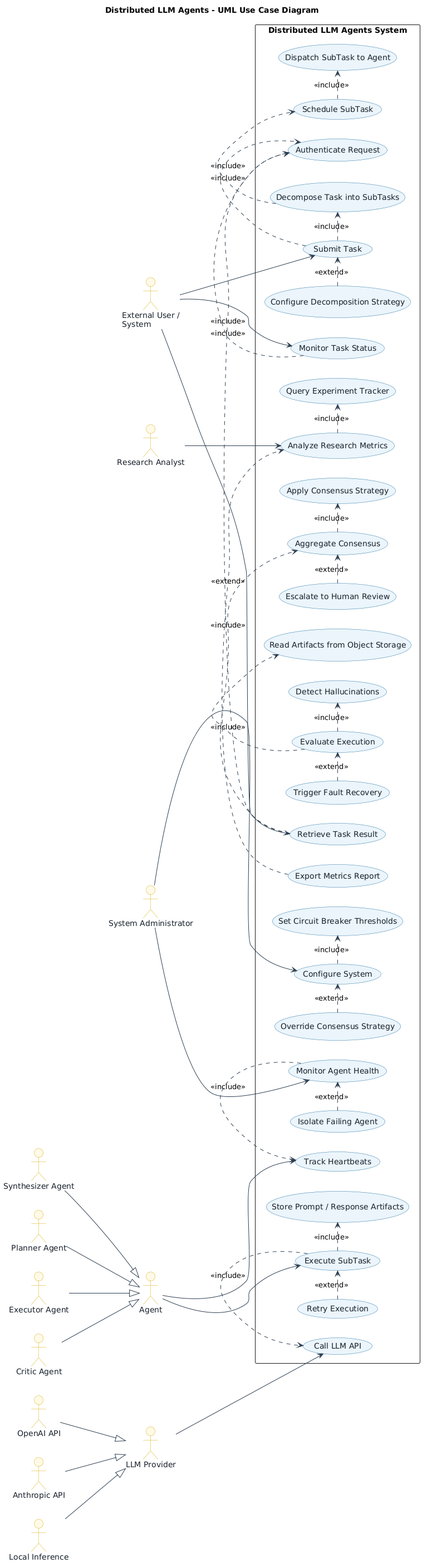
Before: diagrams/use-case-diagram.png, a diagram exported from PlantUML (mick-nikolic/distributed-llm-agents). Source of this version:
```plantuml
@startuml
title Distributed LLM Agents - UML Use Case Diagram

left to right direction

skinparam packageStyle rectangle
skinparam defaultFontName Arial
skinparam usecase {
    BackgroundColor #EAF4FB
    BorderColor     #2471A3
    FontColor       #17202A
    ArrowColor      #2C3E50
}
skinparam actor {
    BackgroundColor #FEF9E7
    BorderColor     #D4AC0D
    FontColor       #17202A
}
skinparam note {
    BackgroundColor #FDFEFE
    BorderColor     #AAB7B8
}


actor "External User /\nSystem"     as User
actor "System Administrator"        as Admin
actor "Research Analyst"            as Analyst

actor "Agent"                       as AgentActor
actor "Planner Agent"               as Planner
actor "Executor Agent"              as Executor
actor "Critic Agent"                as Critic
actor "Synthesizer Agent"           as Synthesizer

Planner   --|> AgentActor
Executor  --|> AgentActor
Critic    --|> AgentActor
Synthesizer --|> AgentActor

actor "LLM Provider"                as LLMProvider
actor "OpenAI API"                  as OpenAI
actor "Anthropic API"               as Anthropic
actor "Local Inference"             as LocalLLM

OpenAI   --|> LLMProvider
Anthropic --|> LLMProvider
LocalLLM  --|> LLMProvider


rectangle "Distributed LLM Agents System" {

    usecase "Submit Task"                          as UC_Submit
    usecase "Authenticate Request"                 as UC_Auth
    usecase "Configure Decomposition Strategy"     as UC_ConfigDecomp
    usecase "Monitor Task Status"                  as UC_Monitor
    usecase "Retrieve Task Result"                 as UC_Result

    usecase "Decompose Task into SubTasks"         as UC_Decompose
    usecase "Schedule SubTask"                     as UC_Schedule
    usecase "Dispatch SubTask to Agent"            as UC_Dispatch

    usecase "Execute SubTask"                      as UC_Execute
    usecase "Call LLM API"                         as UC_CallLLM
    usecase "Store Prompt / Response Artifacts"    as UC_StoreArtifact
    usecase "Retry Execution"                      as UC_Retry

    usecase "Evaluate Execution"                   as UC_Evaluate
    usecase "Detect Hallucinations"                as UC_DetectHalluc
    usecase "Read Artifacts from Object Storage"   as UC_ReadArtifact
    usecase "Trigger Fault Recovery"               as UC_FaultRecovery

    usecase "Aggregate Consensus"                  as UC_Consensus
    usecase "Apply Consensus Strategy"             as UC_ApplyStrategy
    usecase "Escalate to Human Review"             as UC_HumanReview

    usecase "Monitor Agent Health"                 as UC_HealthMonitor
    usecase "Track Heartbeats"                     as UC_Heartbeat
    usecase "Isolate Failing Agent"                as UC_Isolate

    usecase "Configure System"                     as UC_Configure
    usecase "Set Circuit Breaker Thresholds"       as UC_CBThreshold
    usecase "Override Consensus Strategy"          as UC_OverrideStrategy

    usecase "Analyze Research Metrics"             as UC_Analyze
    usecase "Query Experiment Tracker"             as UC_QueryTracker
    usecase "Export Metrics Report"                as UC_Export
}


User        --> UC_Submit
User        --> UC_Monitor
User        --> UC_Result

Admin       --> UC_Configure
Admin       --> UC_HealthMonitor

Analyst     --> UC_Analyze

AgentActor  --> UC_Execute
AgentActor  --> UC_Heartbeat

LLMProvider --> UC_CallLLM


UC_Submit   .> UC_Auth        : <<include>>
UC_Monitor  .> UC_Auth        : <<include>>
UC_Result   .> UC_Auth        : <<include>>

UC_Submit   .> UC_Decompose   : <<include>>
UC_Decompose .> UC_Schedule   : <<include>>
UC_Schedule .> UC_Dispatch    : <<include>>

UC_Execute  .> UC_CallLLM        : <<include>>
UC_Execute  .> UC_StoreArtifact  : <<include>>

UC_Evaluate .> UC_ReadArtifact   : <<include>>
UC_Evaluate .> UC_DetectHalluc   : <<include>>

UC_Result   .> UC_Consensus      : <<include>>
UC_Consensus .> UC_ApplyStrategy : <<include>>

UC_HealthMonitor .> UC_Heartbeat : <<include>>

UC_Configure .> UC_CBThreshold   : <<include>>

UC_Analyze  .> UC_QueryTracker   : <<include>>


UC_ConfigDecomp     .> UC_Submit        : <<extend>>

UC_Retry            .> UC_Execute       : <<extend>>

UC_FaultRecovery    .> UC_Evaluate      : <<extend>>

UC_HumanReview      .> UC_Consensus     : <<extend>>

UC_Isolate          .> UC_HealthMonitor : <<extend>>

UC_OverrideStrategy .> UC_Configure     : <<extend>>

UC_Export           .> UC_Analyze       : <<extend>>
@enduml
```
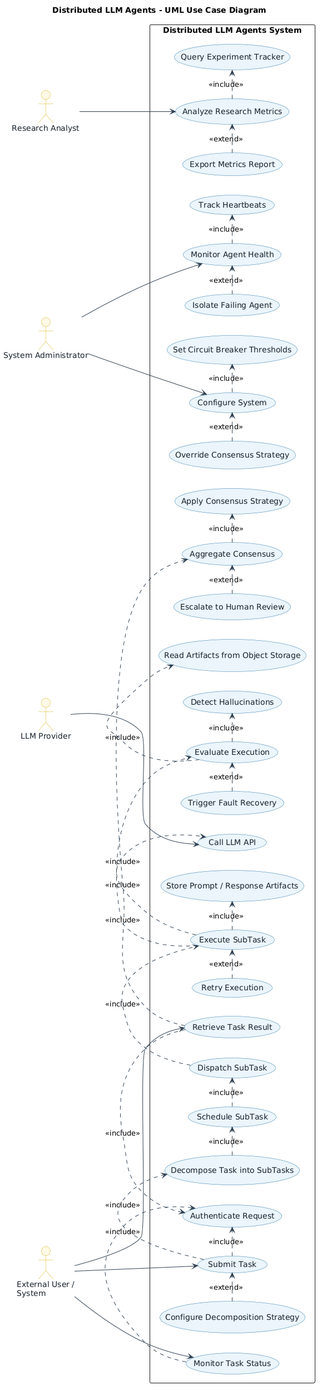
Later version of the same file.

Diff of the diagram source:
```diff
@@ -5,6 +5,7 @@
 
 skinparam packageStyle rectangle
 skinparam defaultFontName Arial
+skinparam shadowing false
 skinparam usecase {
     BackgroundColor #EAF4FB
     BorderColor     #2471A3
@@ -22,121 +23,93 @@
 }
 
 
-actor "External User /\nSystem"     as User
-actor "System Administrator"        as Admin
-actor "Research Analyst"            as Analyst
-
-actor "Agent"                       as AgentActor
-actor "Planner Agent"               as Planner
-actor "Executor Agent"              as Executor
-actor "Critic Agent"                as Critic
-actor "Synthesizer Agent"           as Synthesizer
-
-Planner   --|> AgentActor
-Executor  --|> AgentActor
-Critic    --|> AgentActor
-Synthesizer --|> AgentActor
-
-actor "LLM Provider"                as LLMProvider
-actor "OpenAI API"                  as OpenAI
-actor "Anthropic API"               as Anthropic
-actor "Local Inference"             as LocalLLM
-
-OpenAI   --|> LLMProvider
-Anthropic --|> LLMProvider
-LocalLLM  --|> LLMProvider
+actor "External User /\nSystem" as User
+actor "Research Analyst" as Analyst
+actor "System Administrator" as Admin
+actor "LLM Provider" as LLMProvider
 
 
 rectangle "Distributed LLM Agents System" {
 
-    usecase "Submit Task"                          as UC_Submit
-    usecase "Authenticate Request"                 as UC_Auth
-    usecase "Configure Decomposition Strategy"     as UC_ConfigDecomp
-    usecase "Monitor Task Status"                  as UC_Monitor
-    usecase "Retrieve Task Result"                 as UC_Result
+    usecase "Submit Task" as UC_Submit
+    usecase "Monitor Task Status" as UC_Monitor
+    usecase "Retrieve Task Result" as UC_Result
+    usecase "Authenticate Request" as UC_Auth
 
-    usecase "Decompose Task into SubTasks"         as UC_Decompose
-    usecase "Schedule SubTask"                     as UC_Schedule
-    usecase "Dispatch SubTask to Agent"            as UC_Dispatch
+    usecase "Configure Decomposition Strategy" as UC_ConfigDecomp
 
-    usecase "Execute SubTask"                      as UC_Execute
-    usecase "Call LLM API"                         as UC_CallLLM
-    usecase "Store Prompt / Response Artifacts"    as UC_StoreArtifact
-    usecase "Retry Execution"                      as UC_Retry
+    usecase "Decompose Task into SubTasks" as UC_Decompose
+    usecase "Schedule SubTask" as UC_Schedule
+    usecase "Dispatch SubTask" as UC_Dispatch
+    usecase "Execute SubTask" as UC_Execute
+    usecase "Retry Execution" as UC_Retry
+    usecase "Call LLM API" as UC_CallLLM
+    usecase "Store Prompt / Response Artifacts" as UC_StoreArtifact
 
-    usecase "Evaluate Execution"                   as UC_Evaluate
-    usecase "Detect Hallucinations"                as UC_DetectHalluc
-    usecase "Read Artifacts from Object Storage"   as UC_ReadArtifact
-    usecase "Trigger Fault Recovery"               as UC_FaultRecovery
+    usecase "Evaluate Execution" as UC_Evaluate
+    usecase "Detect Hallucinations" as UC_DetectHalluc
+    usecase "Read Artifacts from Object Storage" as UC_ReadArtifact
+    usecase "Trigger Fault Recovery" as UC_FaultRecovery
+    usecase "Monitor Agent Health" as UC_HealthMonitor
+    usecase "Track Heartbeats" as UC_Heartbeat
+    usecase "Isolate Failing Agent" as UC_Isolate
 
-    usecase "Aggregate Consensus"                  as UC_Consensus
-    usecase "Apply Consensus Strategy"             as UC_ApplyStrategy
-    usecase "Escalate to Human Review"             as UC_HumanReview
+    usecase "Aggregate Consensus" as UC_Consensus
+    usecase "Apply Consensus Strategy" as UC_ApplyStrategy
+    usecase "Escalate to Human Review" as UC_HumanReview
 
-    usecase "Monitor Agent Health"                 as UC_HealthMonitor
-    usecase "Track Heartbeats"                     as UC_Heartbeat
-    usecase "Isolate Failing Agent"                as UC_Isolate
+    usecase "Configure System" as UC_Configure
+    usecase "Set Circuit Breaker Thresholds" as UC_CBThreshold
+    usecase "Override Consensus Strategy" as UC_OverrideStrategy
 
-    usecase "Configure System"                     as UC_Configure
-    usecase "Set Circuit Breaker Thresholds"       as UC_CBThreshold
-    usecase "Override Consensus Strategy"          as UC_OverrideStrategy
-
-    usecase "Analyze Research Metrics"             as UC_Analyze
-    usecase "Query Experiment Tracker"             as UC_QueryTracker
-    usecase "Export Metrics Report"                as UC_Export
+    usecase "Analyze Research Metrics" as UC_Analyze
+    usecase "Query Experiment Tracker" as UC_QueryTracker
+    usecase "Export Metrics Report" as UC_Export
 }
 
 
-User        --> UC_Submit
-User        --> UC_Monitor
-User        --> UC_Result
+User    --> UC_Submit
+User    --> UC_Monitor
+User    --> UC_Result
 
-Admin       --> UC_Configure
-Admin       --> UC_HealthMonitor
+Analyst --> UC_Analyze
 
-Analyst     --> UC_Analyze
-
-AgentActor  --> UC_Execute
-AgentActor  --> UC_Heartbeat
+Admin   --> UC_Configure
+Admin   --> UC_HealthMonitor
 
 LLMProvider --> UC_CallLLM
 
 
-UC_Submit   .> UC_Auth        : <<include>>
-UC_Monitor  .> UC_Auth        : <<include>>
-UC_Result   .> UC_Auth        : <<include>>
+UC_Submit  .> UC_Auth : <<include>>
+UC_Monitor .> UC_Auth : <<include>>
+UC_Result  .> UC_Auth : <<include>>
 
-UC_Submit   .> UC_Decompose   : <<include>>
-UC_Decompose .> UC_Schedule   : <<include>>
-UC_Schedule .> UC_Dispatch    : <<include>>
+UC_Submit    .> UC_Decompose : <<include>>
+UC_Decompose .> UC_Schedule  : <<include>>
+UC_Schedule  .> UC_Dispatch  : <<include>>
+UC_Dispatch  .> UC_Execute   : <<include>>
 
-UC_Execute  .> UC_CallLLM        : <<include>>
-UC_Execute  .> UC_StoreArtifact  : <<include>>
+UC_Execute .> UC_CallLLM       : <<include>>
+UC_Execute .> UC_StoreArtifact : <<include>>
+UC_Execute .> UC_Evaluate      : <<include>>
 
-UC_Evaluate .> UC_ReadArtifact   : <<include>>
-UC_Evaluate .> UC_DetectHalluc   : <<include>>
+UC_Evaluate .> UC_ReadArtifact : <<include>>
+UC_Evaluate .> UC_DetectHalluc : <<include>>
 
-UC_Result   .> UC_Consensus      : <<include>>
-UC_Consensus .> UC_ApplyStrategy : <<include>>
+UC_Result    .> UC_Consensus      : <<include>>
+UC_Consensus .> UC_ApplyStrategy  : <<include>>
 
 UC_HealthMonitor .> UC_Heartbeat : <<include>>
 
-UC_Configure .> UC_CBThreshold   : <<include>>
-
-UC_Analyze  .> UC_QueryTracker   : <<include>>
+UC_Configure .> UC_CBThreshold : <<include>>
+UC_Analyze   .> UC_QueryTracker : <<include>>
 
 
 UC_ConfigDecomp     .> UC_Submit        : <<extend>>
-
 UC_Retry            .> UC_Execute       : <<extend>>
-
 UC_FaultRecovery    .> UC_Evaluate      : <<extend>>
-
 UC_HumanReview      .> UC_Consensus     : <<extend>>
-
 UC_Isolate          .> UC_HealthMonitor : <<extend>>
-
 UC_OverrideStrategy .> UC_Configure     : <<extend>>
-
 UC_Export           .> UC_Analyze       : <<extend>>
 @enduml
```
